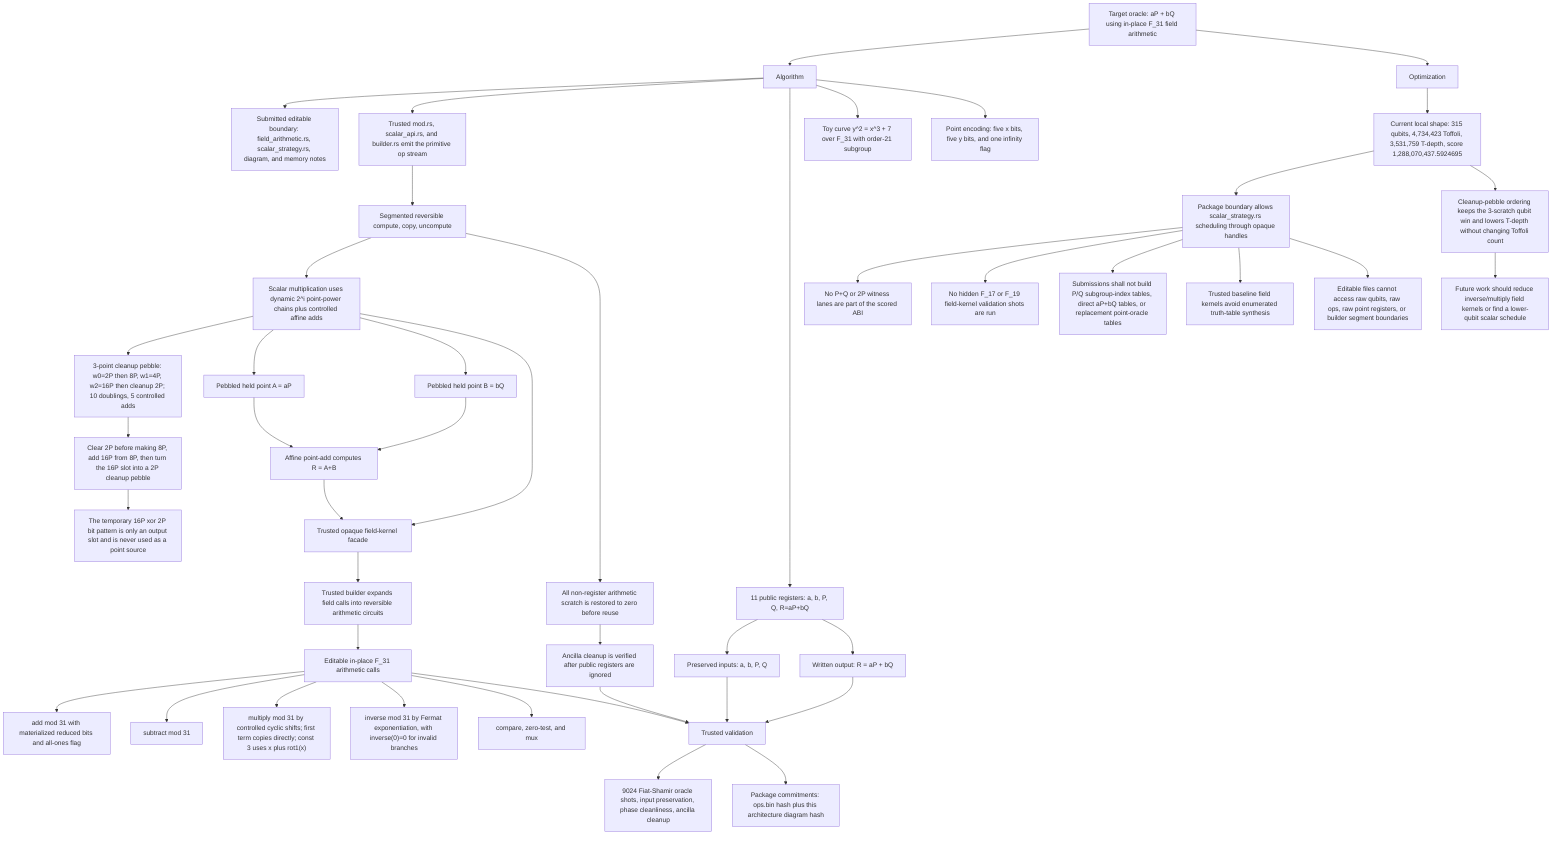
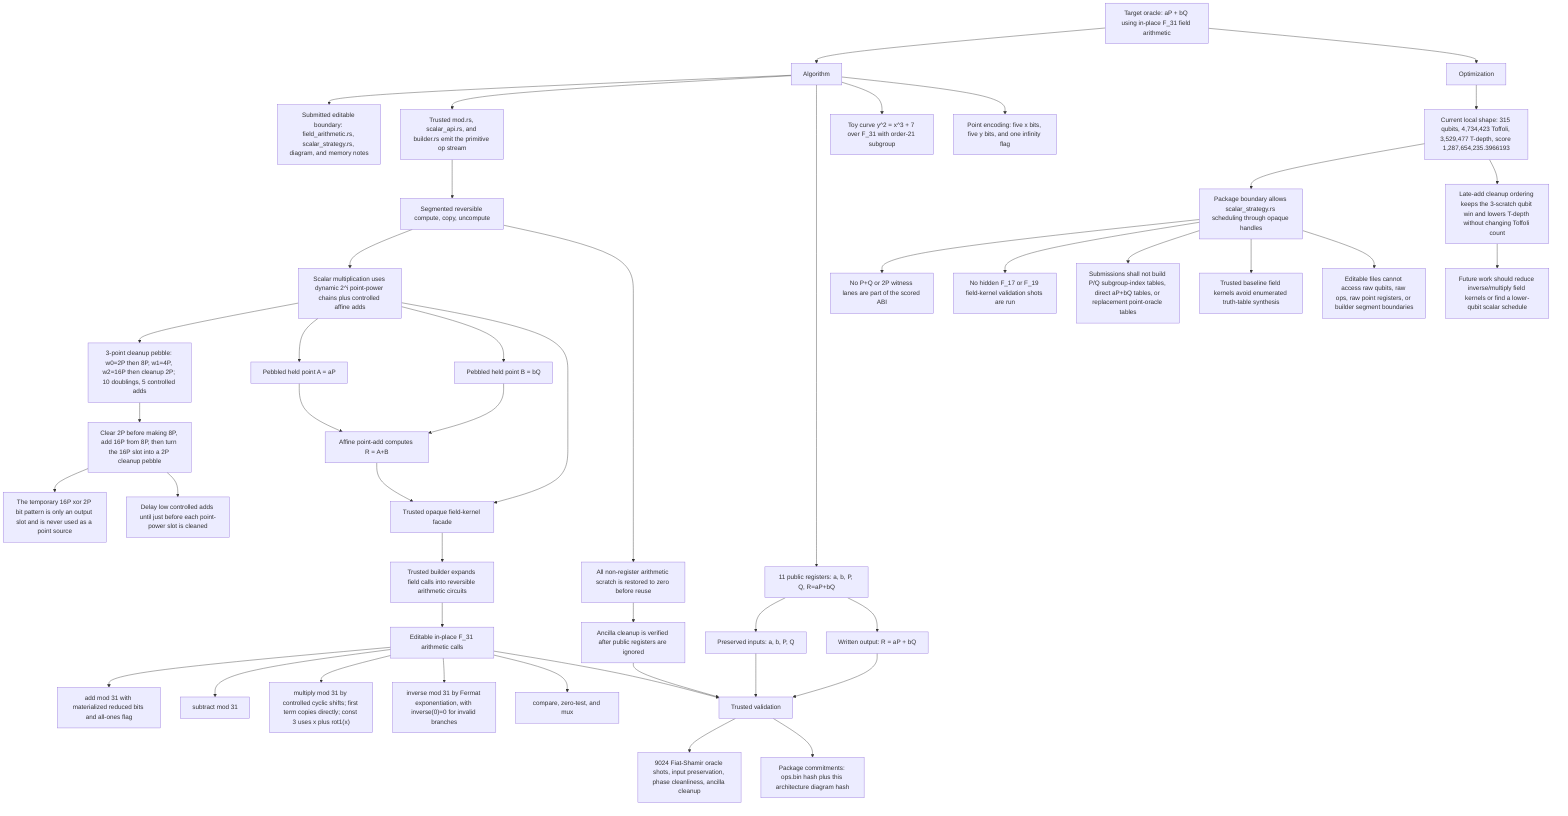
flowchart TD
  Target["Target oracle: aP + bQ using in-place F_31 field arithmetic"]
  Algorithm["Algorithm"]
  Optimization["Optimization"]

  Target --> Algorithm
  Target --> Optimization

  Algorithm --> Boundary["Submitted editable boundary: field_arithmetic.rs, scalar_strategy.rs, diagram, and memory notes"]
  Algorithm --> Build["Trusted mod.rs, scalar_api.rs, and builder.rs emit the primitive op stream"]
  Algorithm --> Registers["11 public registers: a, b, P, Q, R=aP+bQ"]
  Algorithm --> Curve["Toy curve y^2 = x^3 + 7 over F_31 with order-21 subgroup"]
  Algorithm --> Encoding["Point encoding: five x bits, five y bits, and one infinity flag"]

  Registers --> Preserve["Preserved inputs: a, b, P, Q"]
  Registers --> Outputs["Written output: R = aP + bQ"]

  Build --> Segment["Segmented reversible compute, copy, uncompute"]
  Segment --> ScalarPoint["Scalar multiplication uses dynamic 2^i point-power chains plus controlled affine adds"]
  ScalarPoint --> PowerChain["3-point cleanup pebble: w0=2P then 8P, w1=4P, w2=16P then cleanup 2P; 10 doublings, 5 controlled adds"]
  PowerChain --> Recycle["Clear 2P before making 8P, add 16P from 8P, then turn the 16P slot into a 2P cleanup pebble"]
  Recycle --> InvalidPark["The temporary 16P xor 2P bit pattern is only an output slot and is never used as a point source"]
+   Recycle --> LateAdds["Delay low controlled adds until just before each point-power slot is cleaned"]
  ScalarPoint --> ScalarA["Pebbled held point A = aP"]
  ScalarPoint --> ScalarB["Pebbled held point B = bQ"]
  ScalarA --> PointAdd["Affine point-add computes R = A+B"]
  ScalarB --> PointAdd

  PointAdd --> FieldFacade["Trusted opaque field-kernel facade"]
  FieldFacade --> BuilderCircuits["Trusted builder expands field calls into reversible arithmetic circuits"]
  BuilderCircuits --> FieldArithmetic["Editable in-place F_31 arithmetic calls"]
  ScalarPoint --> FieldFacade
  FieldArithmetic --> FieldAdd["add mod 31 with materialized reduced bits and all-ones flag"]
  FieldArithmetic --> FieldSub["subtract mod 31"]
  FieldArithmetic --> FieldMul["multiply mod 31 by controlled cyclic shifts; first term copies directly; const 3 uses x plus rot1(x)"]
  FieldArithmetic --> FieldInv["inverse mod 31 by Fermat exponentiation, with inverse(0)=0 for invalid branches"]
  FieldArithmetic --> FieldMux["compare, zero-test, and mux"]

  Segment --> Cleanup["All non-register arithmetic scratch is restored to zero before reuse"]
  Cleanup --> Ancilla["Ancilla cleanup is verified after public registers are ignored"]

-   Optimization --> CurrentShape["Current local shape: 315 qubits, 4,734,423 Toffoli, 3,531,759 T-depth, score 1,288,070,437.5924695"]
+   Optimization --> CurrentShape["Current local shape: 315 qubits, 4,734,423 Toffoli, 3,529,477 T-depth, score 1,287,654,235.3966193"]
  CurrentShape --> Contract["Package boundary allows scalar_strategy.rs scheduling through opaque handles"]
  Contract --> NoPublicWitness["No P+Q or 2P witness lanes are part of the scored ABI"]
  Contract --> NoHiddenWitness["No hidden F_17 or F_19 field-kernel validation shots are run"]
  Contract --> NoLookupTables["Submissions shall not build P/Q subgroup-index tables, direct aP+bQ tables, or replacement point-oracle tables"]
  Contract --> NoFieldTruthTables["Trusted baseline field kernels avoid enumerated truth-table synthesis"]
  Contract --> NoRawBuilder["Editable files cannot access raw qubits, raw ops, raw point registers, or builder segment boundaries"]
-   CurrentShape --> Tradeoff["Cleanup-pebble ordering keeps the 3-scratch qubit win and lowers T-depth without changing Toffoli count"]
+   CurrentShape --> Tradeoff["Late-add cleanup ordering keeps the 3-scratch qubit win and lowers T-depth without changing Toffoli count"]
  Tradeoff --> ReplaceLater["Future work should reduce inverse/multiply field kernels or find a lower-qubit scalar schedule"]

  Preserve --> Validation["Trusted validation"]
  Outputs --> Validation
  FieldArithmetic --> Validation
  Ancilla --> Validation
  Validation --> Checks["9024 Fiat-Shamir oracle shots, input preservation, phase cleanliness, ancilla cleanup"]
  Validation --> Commitments["Package commitments: ops.bin hash plus this architecture diagram hash"]
